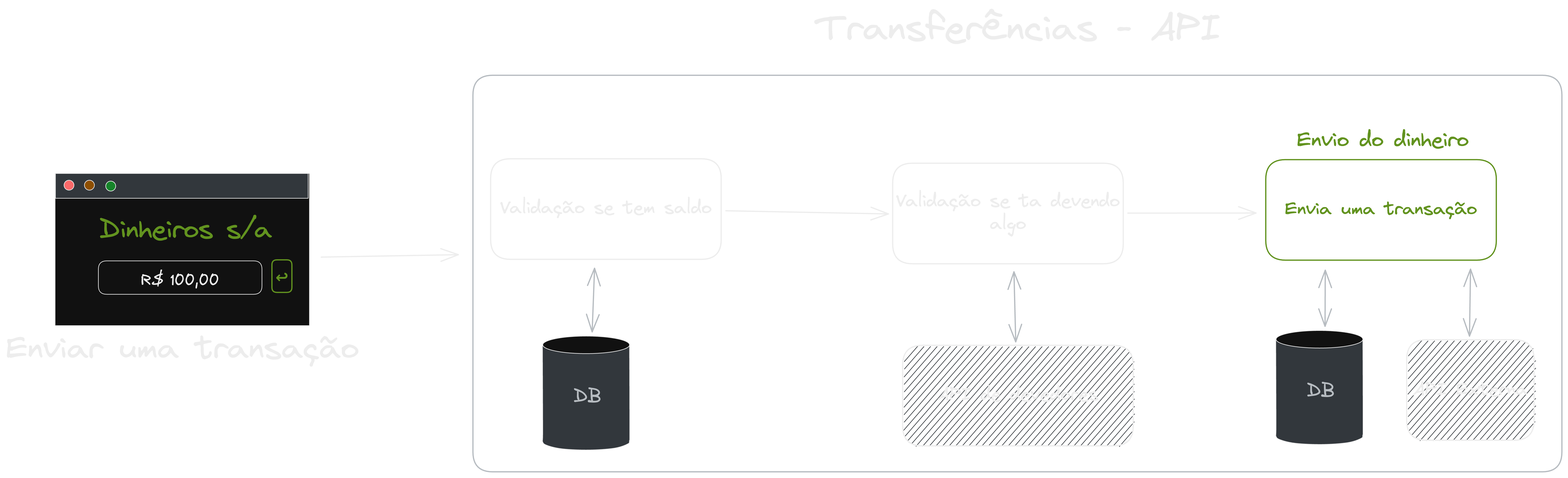
Above: Slides/images/fluxo.png in CristianoRC/DistributedLock (Excalidraw), before the change. Source tidied: one line per element, renumbered; positions are measured from the earlier drawing's top-left corner, leaving out a move shared by most shapes. The source it was exported from:
```json
{"id": 0, "type": "arrow", "strokeColor": "#000000", "backgroundColor": "#82c91e", "fillStyle": "hachure", "strokeWidth": 2, "roughness": 0, "endArrowhead": "arrow", "round": true, "from": 12, "to": 22, "x": 509, "y": 405, "width": 221, "height": 4, "points": [[0, 0], [221, -4]]}
{"id": 1, "type": "rectangle", "strokeColor": "#5c940d", "strokeWidth": 2, "roughness": 0, "round": true, "x": 2033, "y": 248, "width": 372, "height": 162}
{"id": 2, "type": "text", "text": "Envia uma transação", "strokeColor": "#5c940d", "backgroundColor": "#82c91e", "fillStyle": "hachure", "strokeWidth": 2, "roughness": 0, "fontSize": 29.57, "fontFamily": 1, "textAlign": "center", "verticalAlign": "middle", "inside": 1, "x": 2065, "y": 311, "width": 310, "height": 37}
{"id": 3, "type": "rectangle", "strokeColor": "#000000", "strokeWidth": 2, "roughness": 0, "round": true, "x": 782, "y": 246, "width": 372, "height": 162}
{"id": 4, "type": "text", "text": "Validação se tem saldo", "strokeColor": "#000000", "backgroundColor": "#82c91e", "fillStyle": "hachure", "strokeWidth": 2, "roughness": 0, "fontSize": 29.57, "fontFamily": 1, "textAlign": "center", "verticalAlign": "middle", "inside": 3, "x": 797, "y": 309, "width": 342, "height": 37}
{"id": 5, "type": "rectangle", "strokeColor": "#000000", "strokeWidth": 2, "roughness": 0, "round": true, "x": 1431, "y": 254, "width": 372, "height": 162}
{"id": 6, "type": "text", "text": "Validação se ta devendo\nalgo", "strokeColor": "#000000", "backgroundColor": "#82c91e", "fillStyle": "hachure", "strokeWidth": 2, "roughness": 0, "fontSize": 29.57, "fontFamily": 1, "textAlign": "center", "verticalAlign": "middle", "inside": 5, "x": 1437, "y": 298, "width": 361, "height": 74}
{"id": 7, "type": "text", "text": "Envio do dinheiro", "strokeColor": "#5c940d", "backgroundColor": "#82c91e", "fillStyle": "hachure", "strokeWidth": 2, "roughness": 0, "fontSize": 34.38, "fontFamily": 1, "x": 2084, "y": 196, "width": 277, "height": 43}
{"id": 8, "type": "arrow", "strokeColor": "#000000", "backgroundColor": "#15aabf", "fillStyle": "hachure", "strokeWidth": 2, "roughness": 0, "endArrowhead": "arrow", "round": true, "from": 3, "to": 5, "x": 1162, "y": 330, "width": 262, "height": 5, "points": [[0, 0], [262, 5]]}
{"id": 9, "type": "arrow", "strokeColor": "#000000", "backgroundColor": "#15aabf", "fillStyle": "hachure", "strokeWidth": 2, "roughness": 0, "endArrowhead": "arrow", "round": true, "from": 5, "to": 1, "x": 1811, "y": 334, "width": 207, "height": 0, "points": [[0, 0], [207, 0]]}
{"id": 10, "type": "text", "text": "Transferências - API", "strokeColor": "#000000", "backgroundColor": "#fd7e14", "fillStyle": "hachure", "strokeWidth": 2, "roughness": 0, "fontSize": 61.05, "fontFamily": 1, "x": 1308, "y": 0, "width": 654, "height": 76}
{"id": 11, "type": "text", "text": "Enviar uma transação", "strokeColor": "#000000", "backgroundColor": "#ced4da", "fillStyle": "solid", "strokeWidth": 1, "roughness": 0, "fontSize": 52.2, "fontFamily": 1, "textAlign": "center", "x": 0, "y": 519, "width": 569, "height": 70}
{"id": 12, "type": "rectangle", "strokeColor": "#000000", "backgroundColor": "#ffffff", "fillStyle": "solid", "strokeWidth": 1, "roughness": 0, "x": 79, "y": 270, "width": 411, "height": 246}
{"id": 13, "type": "rectangle", "strokeColor": "#000000", "backgroundColor": "#ced4da", "fillStyle": "solid", "strokeWidth": 1, "roughness": 0, "x": 80, "y": 270, "width": 408, "height": 40}
{"id": 14, "type": "ellipse", "strokeColor": "#000000", "backgroundColor": "#fa5252", "fillStyle": "solid", "strokeWidth": 1, "roughness": 0, "x": 93, "y": 281, "width": 16, "height": 16}
{"id": 15, "type": "ellipse", "strokeColor": "#000000", "backgroundColor": "#fab005", "fillStyle": "solid", "strokeWidth": 1, "roughness": 0, "x": 126, "y": 281, "width": 16, "height": 16}
{"id": 16, "type": "ellipse", "strokeColor": "#000000", "backgroundColor": "#40c057", "fillStyle": "solid", "strokeWidth": 1, "roughness": 0, "x": 161, "y": 283, "width": 16, "height": 16}
{"id": 17, "type": "text", "text": "Dinheiros s/a", "strokeColor": "#5c940d", "backgroundColor": "#ffffff", "fillStyle": "hachure", "strokeWidth": 1, "roughness": 0, "fontSize": 43.14, "fontFamily": 1, "round": true, "x": 151, "y": 334, "width": 279, "height": 56}
{"id": 18, "type": "rectangle", "strokeColor": "#000000", "strokeWidth": 1, "roughness": 0, "round": true, "x": 149, "y": 411, "width": 264, "height": 54}
{"id": 19, "type": "text", "text": "R$ 100,00", "strokeColor": "#000000", "strokeWidth": 2, "roughness": 0, "fontSize": 23.99, "fontFamily": 1, "textAlign": "center", "verticalAlign": "bottom", "inside": 18, "x": 218, "y": 430, "width": 126, "height": 30}
{"id": 20, "type": "rectangle", "strokeColor": "#5c940d", "strokeWidth": 2, "roughness": 0, "round": true, "x": 429, "y": 410, "width": 32, "height": 53}
{"id": 21, "type": "text", "text": "↩", "strokeColor": "#5c940d", "strokeWidth": 2, "roughness": 0, "fontSize": 33.45, "fontFamily": 3, "textAlign": "center", "verticalAlign": "middle", "inside": 20, "x": 435, "y": 416, "width": 20, "height": 40}
{"id": 22, "type": "rectangle", "strokeColor": "#343a40", "strokeWidth": 2, "roughness": 0, "round": true, "x": 753, "y": 112, "width": 1758, "height": 640}
{"id": 23, "type": "rectangle", "strokeColor": "#000000", "backgroundColor": "#ced4da", "fillStyle": "hachure", "strokeWidth": 2, "roughness": 0, "round": true, "x": 1447, "y": 548, "width": 372, "height": 162}
{"id": 24, "type": "text", "text": "API de devedores", "strokeColor": "#000000", "backgroundColor": "#82c91e", "fillStyle": "hachure", "strokeWidth": 2, "roughness": 0, "fontSize": 29.57, "fontFamily": 1, "textAlign": "center", "verticalAlign": "middle", "inside": 23, "x": 1503, "y": 610, "width": 260, "height": 37}
{"id": 25, "type": "arrow", "strokeColor": "#343a40", "backgroundColor": "#ced4da", "fillStyle": "hachure", "strokeWidth": 2, "roughness": 0, "startArrowhead": "arrow", "endArrowhead": "arrow", "round": true, "from": 5, "to": 23, "x": 1627, "y": 429, "width": 3, "height": 113, "points": [[0, 0], [3, 113]]}
{"id": 26, "type": "line", "strokeColor": "#000000", "backgroundColor": "#ced4da", "fillStyle": "solid", "strokeWidth": 1, "roughness": 0, "round": true, "x": 866, "y": 549, "width": 141, "height": 182, "points": [[0, 0], [0, 138], [0, 153], [7, 160], [32, 166], [75, 168], [116, 165], [137, 158], [141, 152], [141, 140], [141, 12], [140, -1], [131, -7], [112, -11], [68, -15], [33, -13], [6, -6], [0, 0], [0, 0]]}
{"id": 27, "type": "ellipse", "strokeColor": "#000000", "backgroundColor": "#fff", "fillStyle": "solid", "strokeWidth": 1, "roughness": 0, "x": 866, "y": 533, "width": 140, "height": 28}
{"id": 28, "type": "text", "text": "DB", "strokeColor": "#343a40", "backgroundColor": "#ced4da", "fillStyle": "hachure", "strokeWidth": 2, "roughness": 0, "fontSize": 29.52, "fontFamily": 1, "x": 916, "y": 613, "width": 44, "height": 37}
{"id": 29, "type": "arrow", "strokeColor": "#343a40", "backgroundColor": "#ced4da", "fillStyle": "hachure", "strokeWidth": 2, "roughness": 0, "startArrowhead": "arrow", "endArrowhead": "arrow", "round": true, "from": 3, "to": 27, "x": 950, "y": 423, "width": 4, "height": 103, "points": [[0, 0], [-4, 103]]}
{"id": 30, "type": "line", "strokeColor": "#000000", "backgroundColor": "#ced4da", "fillStyle": "solid", "strokeWidth": 1, "roughness": 0, "round": true, "x": 2050, "y": 540, "width": 141, "height": 182, "points": [[0, 0], [0, 138], [0, 153], [7, 160], [32, 166], [75, 168], [116, 165], [137, 158], [141, 152], [141, 140], [141, 12], [140, -1], [131, -7], [112, -11], [68, -15], [33, -13], [6, -6], [0, 0], [0, 0]]}
{"id": 31, "type": "ellipse", "strokeColor": "#000000", "backgroundColor": "#fff", "fillStyle": "solid", "strokeWidth": 1, "roughness": 0, "x": 2050, "y": 524, "width": 140, "height": 28}
{"id": 32, "type": "text", "text": "DB", "strokeColor": "#343a40", "backgroundColor": "#ced4da", "fillStyle": "hachure", "strokeWidth": 2, "roughness": 0, "fontSize": 29.52, "fontFamily": 1, "x": 2100, "y": 604, "width": 44, "height": 37}
{"id": 33, "type": "arrow", "strokeColor": "#343a40", "backgroundColor": "#ced4da", "fillStyle": "hachure", "strokeWidth": 2, "roughness": 0, "startArrowhead": "arrow", "endArrowhead": "arrow", "round": true, "from": 1, "to": 31, "x": 2129, "y": 426, "width": 0, "height": 91, "points": [[0, 0], [0, 91]]}
{"id": 34, "type": "rectangle", "strokeColor": "#000000", "backgroundColor": "#ced4da", "fillStyle": "hachure", "strokeWidth": 2, "roughness": 0, "round": true, "x": 2261, "y": 539, "width": 206, "height": 162}
{"id": 35, "type": "text", "text": "API Externa", "strokeColor": "#000000", "backgroundColor": "#82c91e", "fillStyle": "hachure", "strokeWidth": 2, "roughness": 0, "fontSize": 29.61, "fontFamily": 1, "textAlign": "center", "verticalAlign": "middle", "inside": 34, "x": 2271, "y": 601, "width": 186, "height": 37}
{"id": 36, "type": "arrow", "strokeColor": "#343a40", "backgroundColor": "#ced4da", "fillStyle": "hachure", "strokeWidth": 2, "roughness": 0, "startArrowhead": "arrow", "endArrowhead": "arrow", "round": true, "from": 1, "to": 34, "x": 2364, "y": 425, "width": 2, "height": 108, "points": [[0, 0], [-2, 108]]}
```
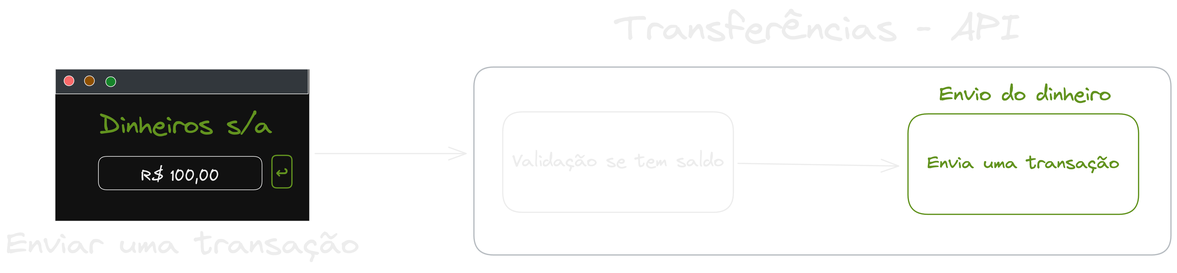
Above is the later version.

Commit message:
Adiciona sldies de explciação do fluxo base

Diff of the diagram source:
```diff
@@ -1,37 +1,20 @@
-{"id": 0, "type": "arrow", "strokeColor": "#000000", "backgroundColor": "#82c91e", "fillStyle": "hachure", "strokeWidth": 2, "roughness": 0, "endArrowhead": "arrow", "round": true, "from": 12, "to": 22, "x": 509, "y": 405, "width": 221, "height": 4, "points": [[0, 0], [221, -4]]}
+{"id": 0, "type": "arrow", "strokeColor": "#000000", "backgroundColor": "#82c91e", "fillStyle": "hachure", "strokeWidth": 2, "roughness": 0, "endArrowhead": "arrow", "round": true, "from": 12, "to": 22, "x": 499, "y": 407, "width": 244, "height": 0, "points": [[0, 0], [244, 0]]}
-{"id": 1, "type": "rectangle", "strokeColor": "#5c940d", "strokeWidth": 2, "roughness": 0, "round": true, "x": 2033, "y": 248, "width": 372, "height": 162}
+{"id": 1, "type": "rectangle", "strokeColor": "#5c940d", "strokeWidth": 2, "roughness": 0, "round": true, "x": 1455, "y": 343, "width": 372, "height": 162}
-{"id": 2, "type": "text", "text": "Envia uma transação", "strokeColor": "#5c940d", "backgroundColor": "#82c91e", "fillStyle": "hachure", "strokeWidth": 2, "roughness": 0, "fontSize": 29.57, "fontFamily": 1, "textAlign": "center", "verticalAlign": "middle", "inside": 1, "x": 2065, "y": 311, "width": 310, "height": 37}
+{"id": 2, "type": "text", "text": "Envia uma transação", "strokeColor": "#5c940d", "backgroundColor": "#82c91e", "fillStyle": "hachure", "strokeWidth": 2, "roughness": 0, "fontSize": 29.57, "fontFamily": 1, "textAlign": "center", "verticalAlign": "middle", "inside": 1, "x": 1487, "y": 405, "width": 310, "height": 37}
-{"id": 3, "type": "rectangle", "strokeColor": "#000000", "strokeWidth": 2, "roughness": 0, "round": true, "x": 782, "y": 246, "width": 372, "height": 162}
+{"id": 3, "type": "rectangle", "strokeColor": "#000000", "strokeWidth": 2, "roughness": 0, "round": true, "x": 801, "y": 339, "width": 372, "height": 162}
-{"id": 4, "type": "text", "text": "Validação se tem saldo", "strokeColor": "#000000", "backgroundColor": "#82c91e", "fillStyle": "hachure", "strokeWidth": 2, "roughness": 0, "fontSize": 29.57, "fontFamily": 1, "textAlign": "center", "verticalAlign": "middle", "inside": 3, "x": 797, "y": 309, "width": 342, "height": 37}
+{"id": 4, "type": "text", "text": "Validação se tem saldo", "strokeColor": "#000000", "backgroundColor": "#82c91e", "fillStyle": "hachure", "strokeWidth": 2, "roughness": 0, "fontSize": 29.57, "fontFamily": 1, "textAlign": "center", "verticalAlign": "middle", "inside": 3, "x": 817, "y": 402, "width": 342, "height": 37}
-{"id": 5, "type": "rectangle", "strokeColor": "#000000", "strokeWidth": 2, "roughness": 0, "round": true, "x": 1431, "y": 254, "width": 372, "height": 162}
-{"id": 6, "type": "text", "text": "Validação se ta devendo\nalgo", "strokeColor": "#000000", "backgroundColor": "#82c91e", "fillStyle": "hachure", "strokeWidth": 2, "roughness": 0, "fontSize": 29.57, "fontFamily": 1, "textAlign": "center", "verticalAlign": "middle", "inside": 5, "x": 1437, "y": 298, "width": 361, "height": 74}
-{"id": 7, "type": "text", "text": "Envio do dinheiro", "strokeColor": "#5c940d", "backgroundColor": "#82c91e", "fillStyle": "hachure", "strokeWidth": 2, "roughness": 0, "fontSize": 34.38, "fontFamily": 1, "x": 2084, "y": 196, "width": 277, "height": 43}
+{"id": 7, "type": "text", "text": "Envio do dinheiro", "strokeColor": "#5c940d", "backgroundColor": "#82c91e", "fillStyle": "hachure", "strokeWidth": 2, "roughness": 0, "fontSize": 34.38, "fontFamily": 1, "x": 1506, "y": 290, "width": 277, "height": 43}
-{"id": 8, "type": "arrow", "strokeColor": "#000000", "backgroundColor": "#15aabf", "fillStyle": "hachure", "strokeWidth": 2, "roughness": 0, "endArrowhead": "arrow", "round": true, "from": 3, "to": 5, "x": 1162, "y": 330, "width": 262, "height": 5, "points": [[0, 0], [262, 5]]}
+{"id": 8, "type": "arrow", "strokeColor": "#000000", "backgroundColor": "#15aabf", "fillStyle": "hachure", "strokeWidth": 2, "roughness": 0, "endArrowhead": "arrow", "round": true, "from": 3, "to": 1, "x": 1181, "y": 423, "width": 259, "height": 4, "points": [[0, 0], [259, 4]]}
-{"id": 9, "type": "arrow", "strokeColor": "#000000", "backgroundColor": "#15aabf", "fillStyle": "hachure", "strokeWidth": 2, "roughness": 0, "endArrowhead": "arrow", "round": true, "from": 5, "to": 1, "x": 1811, "y": 334, "width": 207, "height": 0, "points": [[0, 0], [207, 0]]}
-{"id": 10, "type": "text", "text": "Transferências - API", "strokeColor": "#000000", "backgroundColor": "#fd7e14", "fillStyle": "hachure", "strokeWidth": 2, "roughness": 0, "fontSize": 61.05, "fontFamily": 1, "x": 1308, "y": 0, "width": 654, "height": 76}
+{"id": 10, "type": "text", "text": "Transferências - API", "strokeColor": "#000000", "backgroundColor": "#fd7e14", "fillStyle": "hachure", "strokeWidth": 2, "roughness": 0, "fontSize": 61.05, "fontFamily": 1, "x": 984, "y": 168, "width": 654, "height": 76}
 {"id": 11, "type": "text", "text": "Enviar uma transação", "strokeColor": "#000000", "backgroundColor": "#ced4da", "fillStyle": "solid", "strokeWidth": 1, "roughness": 0, "fontSize": 52.2, "fontFamily": 1, "textAlign": "center", "x": 0, "y": 519, "width": 569, "height": 70}
 {"id": 12, "type": "rectangle", "strokeColor": "#000000", "backgroundColor": "#ffffff", "fillStyle": "solid", "strokeWidth": 1, "roughness": 0, "x": 79, "y": 270, "width": 411, "height": 246}
 {"id": 13, "type": "rectangle", "strokeColor": "#000000", "backgroundColor": "#ced4da", "fillStyle": "solid", "strokeWidth": 1, "roughness": 0, "x": 80, "y": 270, "width": 408, "height": 40}
 {"id": 14, "type": "ellipse", "strokeColor": "#000000", "backgroundColor": "#fa5252", "fillStyle": "solid", "strokeWidth": 1, "roughness": 0, "x": 93, "y": 281, "width": 16, "height": 16}
 {"id": 15, "type": "ellipse", "strokeColor": "#000000", "backgroundColor": "#fab005", "fillStyle": "solid", "strokeWidth": 1, "roughness": 0, "x": 126, "y": 281, "width": 16, "height": 16}
-{"id": 16, "type": "ellipse", "strokeColor": "#000000", "backgroundColor": "#40c057", "fillStyle": "solid", "strokeWidth": 1, "roughness": 0, "x": 161, "y": 283, "width": 16, "height": 16}
+{"id": 16, "type": "ellipse", "strokeColor": "#000000", "backgroundColor": "#40c057", "fillStyle": "solid", "strokeWidth": 1, "roughness": 0, "x": 161, "y": 282, "width": 16, "height": 16}
 {"id": 17, "type": "text", "text": "Dinheiros s/a", "strokeColor": "#5c940d", "backgroundColor": "#ffffff", "fillStyle": "hachure", "strokeWidth": 1, "roughness": 0, "fontSize": 43.14, "fontFamily": 1, "round": true, "x": 151, "y": 334, "width": 279, "height": 56}
 {"id": 18, "type": "rectangle", "strokeColor": "#000000", "strokeWidth": 1, "roughness": 0, "round": true, "x": 149, "y": 411, "width": 264, "height": 54}
 {"id": 19, "type": "text", "text": "R$ 100,00", "strokeColor": "#000000", "strokeWidth": 2, "roughness": 0, "fontSize": 23.99, "fontFamily": 1, "textAlign": "center", "verticalAlign": "bottom", "inside": 18, "x": 218, "y": 430, "width": 126, "height": 30}
 {"id": 20, "type": "rectangle", "strokeColor": "#5c940d", "strokeWidth": 2, "roughness": 0, "round": true, "x": 429, "y": 410, "width": 32, "height": 53}
 {"id": 21, "type": "text", "text": "↩", "strokeColor": "#5c940d", "strokeWidth": 2, "roughness": 0, "fontSize": 33.45, "fontFamily": 3, "textAlign": "center", "verticalAlign": "middle", "inside": 20, "x": 435, "y": 416, "width": 20, "height": 40}
-{"id": 22, "type": "rectangle", "strokeColor": "#343a40", "strokeWidth": 2, "roughness": 0, "round": true, "x": 753, "y": 112, "width": 1758, "height": 640}
+{"id": 22, "type": "rectangle", "strokeColor": "#343a40", "strokeWidth": 2, "roughness": 0, "round": true, "x": 755, "y": 267, "width": 1125, "height": 304}
-{"id": 23, "type": "rectangle", "strokeColor": "#000000", "backgroundColor": "#ced4da", "fillStyle": "hachure", "strokeWidth": 2, "roughness": 0, "round": true, "x": 1447, "y": 548, "width": 372, "height": 162}
-{"id": 24, "type": "text", "text": "API de devedores", "strokeColor": "#000000", "backgroundColor": "#82c91e", "fillStyle": "hachure", "strokeWidth": 2, "roughness": 0, "fontSize": 29.57, "fontFamily": 1, "textAlign": "center", "verticalAlign": "middle", "inside": 23, "x": 1503, "y": 610, "width": 260, "height": 37}
-{"id": 25, "type": "arrow", "strokeColor": "#343a40", "backgroundColor": "#ced4da", "fillStyle": "hachure", "strokeWidth": 2, "roughness": 0, "startArrowhead": "arrow", "endArrowhead": "arrow", "round": true, "from": 5, "to": 23, "x": 1627, "y": 429, "width": 3, "height": 113, "points": [[0, 0], [3, 113]]}
-{"id": 26, "type": "line", "strokeColor": "#000000", "backgroundColor": "#ced4da", "fillStyle": "solid", "strokeWidth": 1, "roughness": 0, "round": true, "x": 866, "y": 549, "width": 141, "height": 182, "points": [[0, 0], [0, 138], [0, 153], [7, 160], [32, 166], [75, 168], [116, 165], [137, 158], [141, 152], [141, 140], [141, 12], [140, -1], [131, -7], [112, -11], [68, -15], [33, -13], [6, -6], [0, 0], [0, 0]]}
-{"id": 27, "type": "ellipse", "strokeColor": "#000000", "backgroundColor": "#fff", "fillStyle": "solid", "strokeWidth": 1, "roughness": 0, "x": 866, "y": 533, "width": 140, "height": 28}
-{"id": 28, "type": "text", "text": "DB", "strokeColor": "#343a40", "backgroundColor": "#ced4da", "fillStyle": "hachure", "strokeWidth": 2, "roughness": 0, "fontSize": 29.52, "fontFamily": 1, "x": 916, "y": 613, "width": 44, "height": 37}
-{"id": 29, "type": "arrow", "strokeColor": "#343a40", "backgroundColor": "#ced4da", "fillStyle": "hachure", "strokeWidth": 2, "roughness": 0, "startArrowhead": "arrow", "endArrowhead": "arrow", "round": true, "from": 3, "to": 27, "x": 950, "y": 423, "width": 4, "height": 103, "points": [[0, 0], [-4, 103]]}
-{"id": 30, "type": "line", "strokeColor": "#000000", "backgroundColor": "#ced4da", "fillStyle": "solid", "strokeWidth": 1, "roughness": 0, "round": true, "x": 2050, "y": 540, "width": 141, "height": 182, "points": [[0, 0], [0, 138], [0, 153], [7, 160], [32, 166], [75, 168], [116, 165], [137, 158], [141, 152], [141, 140], [141, 12], [140, -1], [131, -7], [112, -11], [68, -15], [33, -13], [6, -6], [0, 0], [0, 0]]}
-{"id": 31, "type": "ellipse", "strokeColor": "#000000", "backgroundColor": "#fff", "fillStyle": "solid", "strokeWidth": 1, "roughness": 0, "x": 2050, "y": 524, "width": 140, "height": 28}
-{"id": 32, "type": "text", "text": "DB", "strokeColor": "#343a40", "backgroundColor": "#ced4da", "fillStyle": "hachure", "strokeWidth": 2, "roughness": 0, "fontSize": 29.52, "fontFamily": 1, "x": 2100, "y": 604, "width": 44, "height": 37}
-{"id": 33, "type": "arrow", "strokeColor": "#343a40", "backgroundColor": "#ced4da", "fillStyle": "hachure", "strokeWidth": 2, "roughness": 0, "startArrowhead": "arrow", "endArrowhead": "arrow", "round": true, "from": 1, "to": 31, "x": 2129, "y": 426, "width": 0, "height": 91, "points": [[0, 0], [0, 91]]}
-{"id": 34, "type": "rectangle", "strokeColor": "#000000", "backgroundColor": "#ced4da", "fillStyle": "hachure", "strokeWidth": 2, "roughness": 0, "round": true, "x": 2261, "y": 539, "width": 206, "height": 162}
-{"id": 35, "type": "text", "text": "API Externa", "strokeColor": "#000000", "backgroundColor": "#82c91e", "fillStyle": "hachure", "strokeWidth": 2, "roughness": 0, "fontSize": 29.61, "fontFamily": 1, "textAlign": "center", "verticalAlign": "middle", "inside": 34, "x": 2271, "y": 601, "width": 186, "height": 37}
-{"id": 36, "type": "arrow", "strokeColor": "#343a40", "backgroundColor": "#ced4da", "fillStyle": "hachure", "strokeWidth": 2, "roughness": 0, "startArrowhead": "arrow", "endArrowhead": "arrow", "round": true, "from": 1, "to": 34, "x": 2364, "y": 425, "width": 2, "height": 108, "points": [[0, 0], [-2, 108]]}
```
